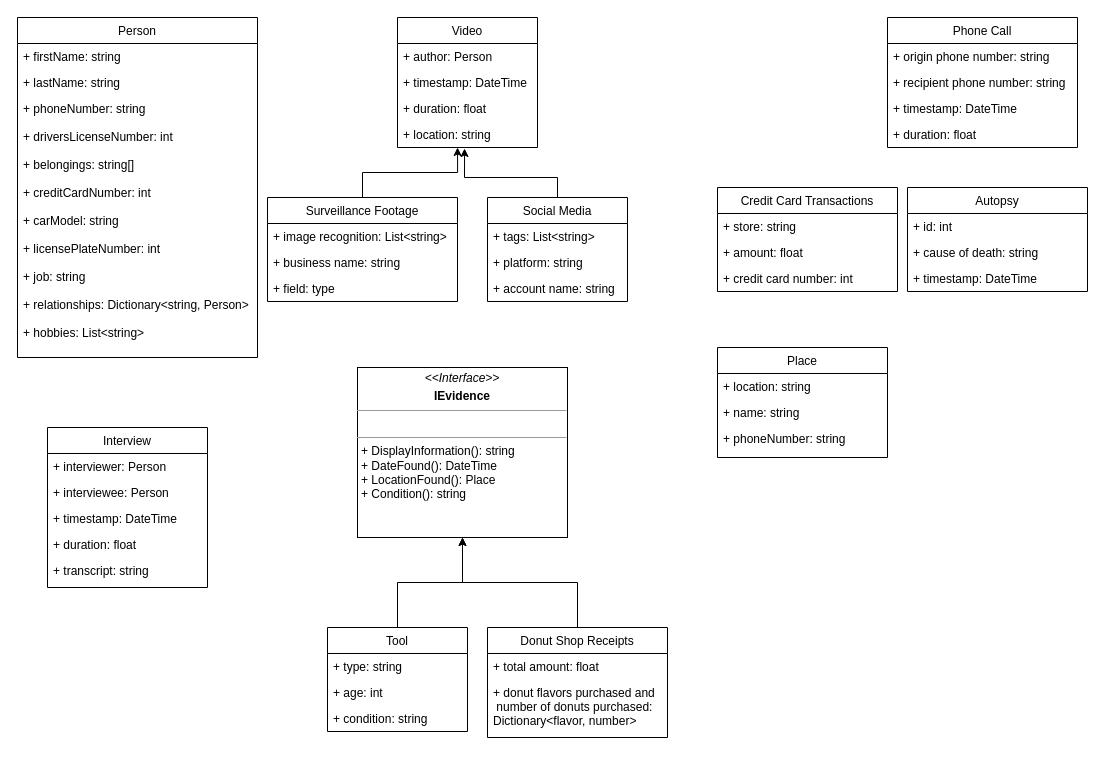
kirakirakira/urban-pancake keeps this draw.io diagram as murdermystery.drawio. Above is the earlier version. Source tidied: cells renumbered, new cells numbered last; positions are measured from the earlier drawing's top-left corner, leaving out a move shared by most shapes. Both pictures are drawn from the tidied source at 100%, with x=0, y=0 at pixel (17, 17).
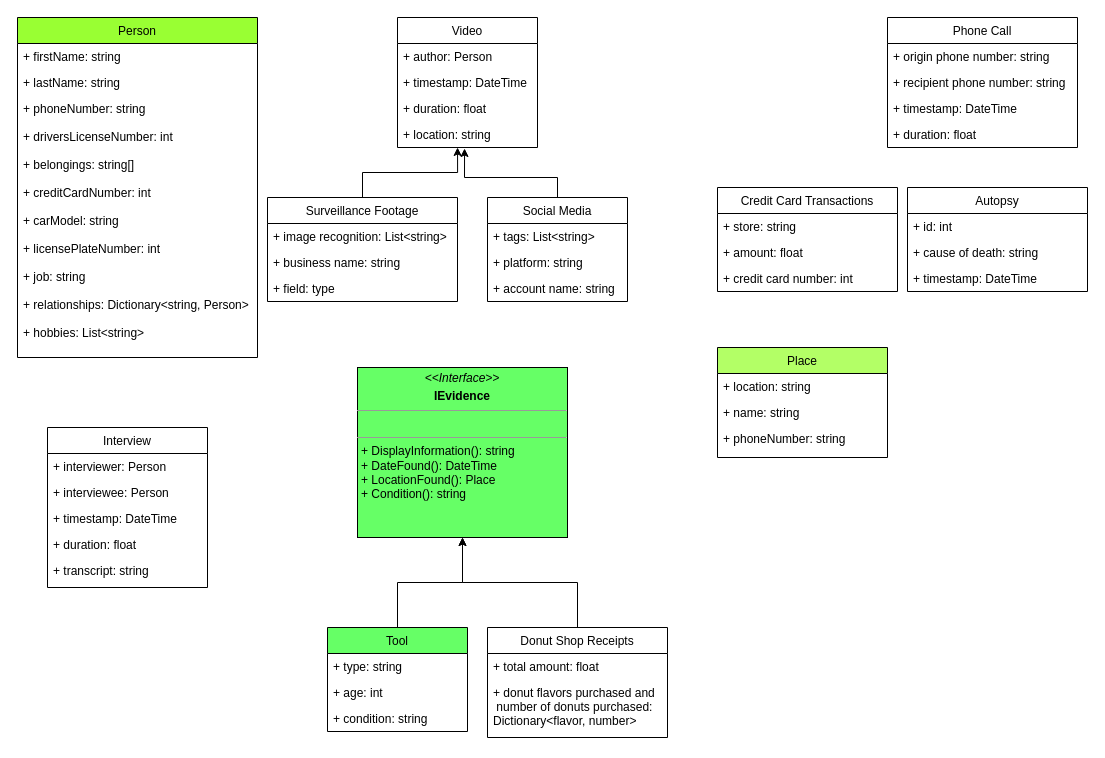
The same diagram, later.

Commit message (it also covers changes not shown here):
fix makefile and update diagram

The edit, as a diff of the source:
```diff
@@
-    <mxCell id="2" value="Person" style="swimlane;fontStyle=0;horizontal=1;startSize=26;fillColor=none;" parent="1" vertex="1">
+    <mxCell id="2" value="Person" style="swimlane;fontStyle=0;horizontal=1;startSize=26;fillColor=#99FF33;" parent="1" vertex="1">
       <mxGeometry width="240" height="340" as="geometry" />
     </mxCell>
@@
-    <mxCell id="6" value="Place" style="swimlane;fontStyle=0;horizontal=1;startSize=26;fillColor=none;" parent="1" vertex="1">
+    <mxCell id="6" value="Place" style="swimlane;fontStyle=0;horizontal=1;startSize=26;fillColor=#B3FF66;" parent="1" vertex="1">
       <mxGeometry x="700" y="330" width="170" height="110" as="geometry" />
     </mxCell>
@@
-    <mxCell id="10" value="&lt;p style=&quot;margin: 0px ; margin-top: 4px ; text-align: center&quot;&gt;&lt;i&gt;&amp;lt;&amp;lt;Interface&amp;gt;&amp;gt;&lt;/i&gt;&lt;b&gt;&lt;br&gt;&lt;/b&gt;&lt;/p&gt;&lt;p style=&quot;margin: 0px ; margin-top: 4px ; text-align: center&quot;&gt;&lt;b&gt;IEvidence&lt;/b&gt;&lt;br&gt;&lt;b&gt;&lt;/b&gt;&lt;/p&gt;&lt;hr size=&quot;1&quot;&gt;&lt;p style=&quot;margin: 0px ; margin-left: 4px&quot;&gt;&lt;br&gt;&lt;/p&gt;&lt;hr size=&quot;1&quot;&gt;&lt;p style=&quot;margin: 0px ; margin-left: 4px&quot;&gt;+ DisplayInformation(): string&lt;br&gt;+ DateFound(): DateTime&lt;/p&gt;&lt;p style=&quot;margin: 0px ; margin-left: 4px&quot;&gt;+ LocationFound(): Place&lt;/p&gt;&lt;p style=&quot;margin: 0px ; margin-left: 4px&quot;&gt;+ Condition(): string&lt;/p&gt;&lt;p style=&quot;margin: 0px ; margin-left: 4px&quot;&gt;&lt;br&gt;&lt;/p&gt;&lt;p style=&quot;margin: 0px ; margin-left: 4px&quot;&gt;&lt;br&gt;&lt;/p&gt;" style="verticalAlign=top;align=left;overflow=fill;fontSize=12;fontFamily=Helvetica;html=1;" parent="1" vertex="1">
+    <mxCell id="10" value="&lt;p style=&quot;margin: 0px ; margin-top: 4px ; text-align: center&quot;&gt;&lt;i&gt;&amp;lt;&amp;lt;Interface&amp;gt;&amp;gt;&lt;/i&gt;&lt;b&gt;&lt;br&gt;&lt;/b&gt;&lt;/p&gt;&lt;p style=&quot;margin: 0px ; margin-top: 4px ; text-align: center&quot;&gt;&lt;b&gt;IEvidence&lt;/b&gt;&lt;br&gt;&lt;b&gt;&lt;/b&gt;&lt;/p&gt;&lt;hr size=&quot;1&quot;&gt;&lt;p style=&quot;margin: 0px ; margin-left: 4px&quot;&gt;&lt;br&gt;&lt;/p&gt;&lt;hr size=&quot;1&quot;&gt;&lt;p style=&quot;margin: 0px ; margin-left: 4px&quot;&gt;+ DisplayInformation(): string&lt;br&gt;+ DateFound(): DateTime&lt;/p&gt;&lt;p style=&quot;margin: 0px ; margin-left: 4px&quot;&gt;+ LocationFound(): Place&lt;/p&gt;&lt;p style=&quot;margin: 0px ; margin-left: 4px&quot;&gt;+ Condition(): string&lt;/p&gt;&lt;p style=&quot;margin: 0px ; margin-left: 4px&quot;&gt;&lt;br&gt;&lt;/p&gt;&lt;p style=&quot;margin: 0px ; margin-left: 4px&quot;&gt;&lt;br&gt;&lt;/p&gt;" style="verticalAlign=top;align=left;overflow=fill;fontSize=12;fontFamily=Helvetica;html=1;fillColor=#66FF66;" parent="1" vertex="1">
       <mxGeometry x="340" y="350" width="210" height="170" as="geometry" />
     </mxCell>
-    <mxCell id="11" value="Tool" style="swimlane;fontStyle=0;horizontal=1;startSize=26;fillColor=none;" parent="1" vertex="1">
+    <mxCell id="11" value="Tool" style="swimlane;fontStyle=0;horizontal=1;startSize=26;fillColor=#66FF66;" parent="1" vertex="1">
       <mxGeometry x="310" y="610" width="140" height="104" as="geometry" />
     </mxCell>
```
